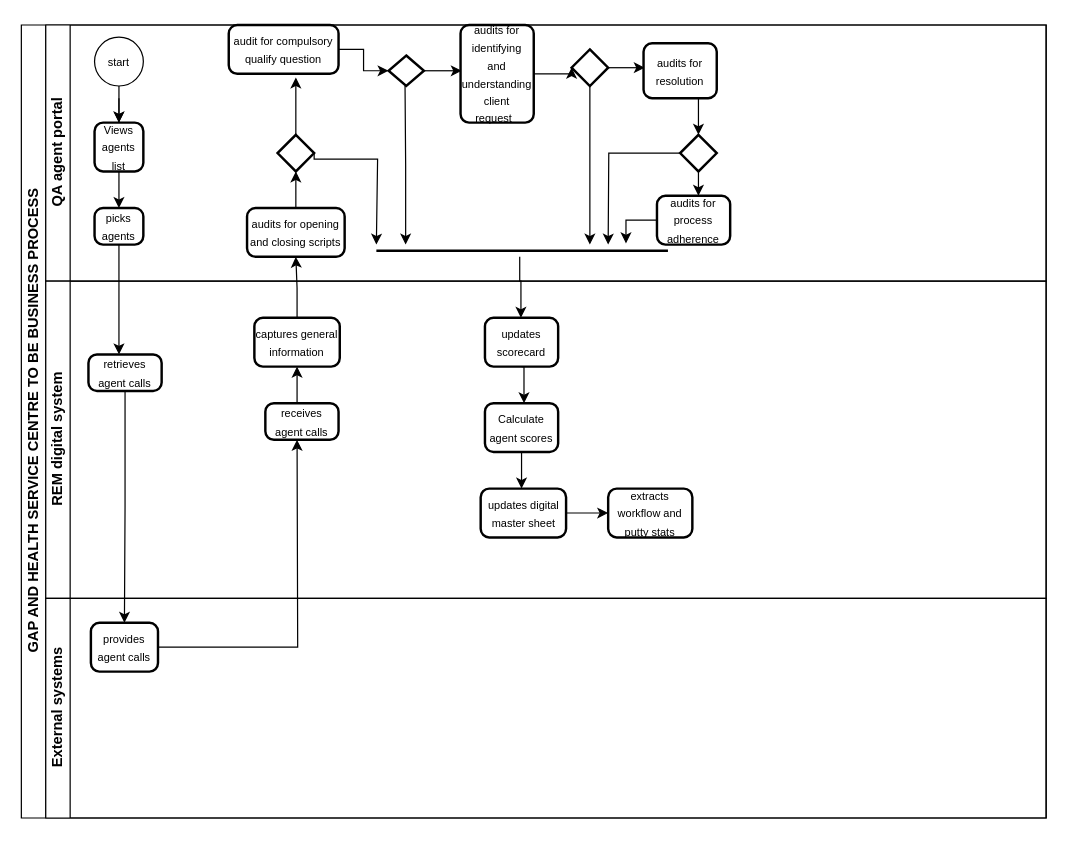
Before: Untitled Diagram.drawio in TJ-Kwetsane1993/Thato, a draw.io diagram. Source tidied: cells renumbered, new cells numbered last; positions are measured from the earlier drawing's top-left corner, leaving out a move shared by most shapes. Both pictures are drawn from the tidied source at 122%, with x=0, y=0 at pixel (21, 24).
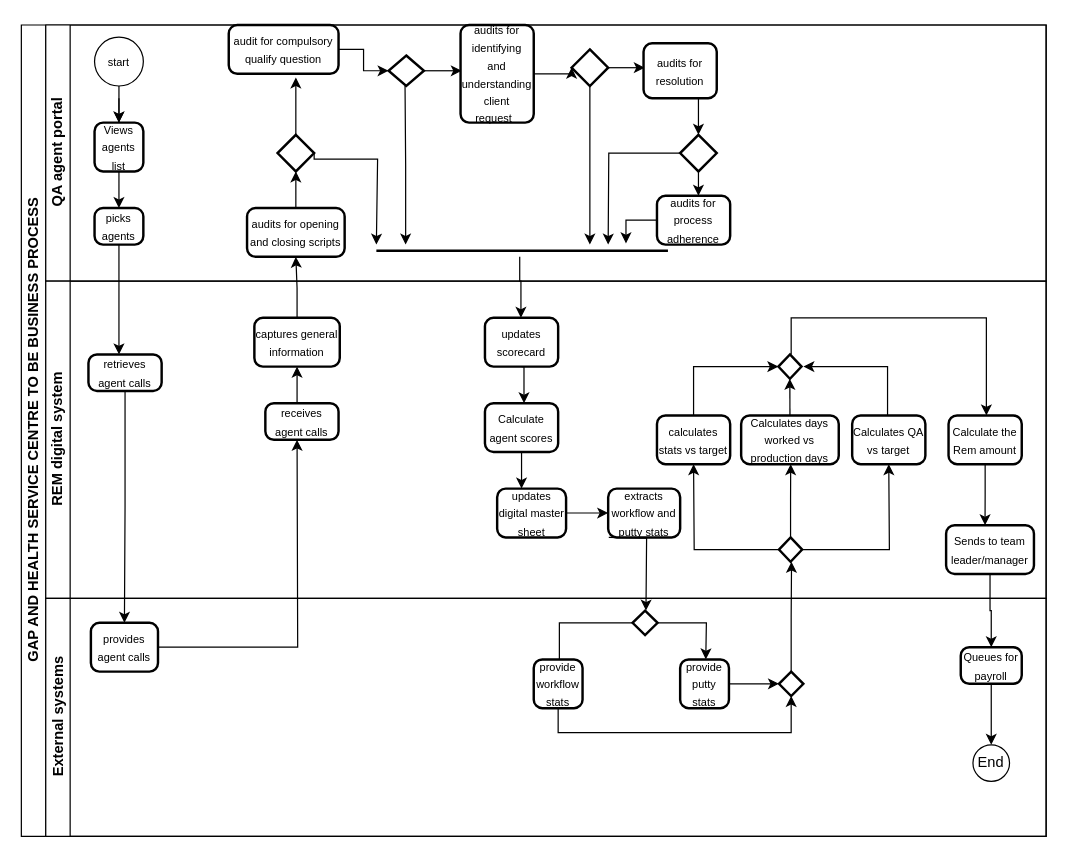
Above is the later version.

The change refers to these unchanged cells:
```xml
<mxCell id="35" value="REM digital system" style="swimlane;html=1;startSize=20;horizontal=0;" parent="2" vertex="1">
  <mxGeometry x="20" y="210" width="820" height="260" as="geometry" />
</mxCell>
```

Change to the diagram source:
```diff
@@
     <mxCell id="2" value="GAP AND HEALTH SERVICE CENTRE TO BE BUSINESS PROCESS" style="swimlane;html=1;horizontal=0;startSize=20;" parent="1" vertex="1">
-      <mxGeometry width="840" height="650" as="geometry" />
+      <mxGeometry width="840" height="665" as="geometry" />
     </mxCell>
@@
     <mxCell id="44" value="&lt;font style=&quot;font-size: 9px;&quot;&gt;updates digital master sheet&lt;/font&gt;" style="rounded=1;whiteSpace=wrap;html=1;absoluteArcSize=1;arcSize=14;strokeWidth=2;" parent="35" vertex="1">
-      <mxGeometry x="356.5" y="170" width="70" height="40" as="geometry" />
+      <mxGeometry x="370" y="170" width="56.5" height="40" as="geometry" />
     </mxCell>
     <mxCell id="45" value="&lt;font style=&quot;font-size: 9px;&quot;&gt;extracts workflow and putty stats&lt;/font&gt;" style="rounded=1;whiteSpace=wrap;html=1;absoluteArcSize=1;arcSize=14;strokeWidth=2;" parent="35" vertex="1">
-      <mxGeometry x="461" y="170" width="69" height="40" as="geometry" />
+      <mxGeometry x="461" y="170" width="59" height="40" as="geometry" />
     </mxCell>
+    <mxCell id="53" style="edgeStyle=orthogonalEdgeStyle;rounded=0;jettySize=auto;html=1;exitX=0;exitY=0.5;exitDx=0;exitDy=0;exitPerimeter=0;" parent="35" edge="1" source="56">
+      <mxGeometry relative="1" as="geometry">
+        <mxPoint x="531" y="150" as="targetPoint" />
+      </mxGeometry>
+    </mxCell>
+    <mxCell id="54" style="edgeStyle=orthogonalEdgeStyle;rounded=0;jettySize=auto;html=1;exitX=1;exitY=0.5;exitDx=0;exitDy=0;exitPerimeter=0;" parent="35" edge="1" source="56">
+      <mxGeometry relative="1" as="geometry">
+        <mxPoint x="691" y="150" as="targetPoint" />
+      </mxGeometry>
+    </mxCell>
+    <mxCell id="55" style="edgeStyle=orthogonalEdgeStyle;rounded=0;jettySize=auto;html=1;exitX=0.5;exitY=0;exitDx=0;exitDy=0;exitPerimeter=0;" parent="35" edge="1" source="56">
+      <mxGeometry relative="1" as="geometry">
+        <mxPoint x="610.6" y="150" as="targetPoint" />
+      </mxGeometry>
+    </mxCell>
+    <mxCell id="56" style="strokeWidth=2;html=1;shape=mxgraph.flowchart.decision;whiteSpace=wrap;" parent="35" vertex="1">
+      <mxGeometry x="601" y="210" width="19" height="20" as="geometry" />
+    </mxCell>
+    <mxCell id="57" value="&lt;font style=&quot;font-size: 9px;&quot;&gt;calculates stats vs target&lt;/font&gt;" style="rounded=1;whiteSpace=wrap;html=1;absoluteArcSize=1;arcSize=14;strokeWidth=2;" parent="35" vertex="1">
+      <mxGeometry x="501" y="110" width="60" height="40" as="geometry" />
+    </mxCell>
+    <mxCell id="58" style="edgeStyle=orthogonalEdgeStyle;rounded=0;jettySize=auto;html=1;exitX=0.5;exitY=0;exitDx=0;exitDy=0;" parent="35" edge="1" source="59">
+      <mxGeometry relative="1" as="geometry">
+        <mxPoint x="609.9" y="80" as="targetPoint" />
+      </mxGeometry>
+    </mxCell>
+    <mxCell id="59" value="&lt;font style=&quot;font-size: 9px;&quot;&gt;Calculates days worked vs production days&lt;/font&gt;" style="rounded=1;whiteSpace=wrap;html=1;absoluteArcSize=1;arcSize=14;strokeWidth=2;" parent="35" vertex="1">
+      <mxGeometry x="570" y="110" width="80" height="40" as="geometry" />
+    </mxCell>
+    <mxCell id="60" value="&lt;font style=&quot;font-size: 9px;&quot;&gt;Calculates QA vs target&lt;/font&gt;" style="rounded=1;whiteSpace=wrap;html=1;absoluteArcSize=1;arcSize=14;strokeWidth=2;" parent="35" vertex="1">
+      <mxGeometry x="661" y="110" width="60" height="40" as="geometry" />
+    </mxCell>
+    <mxCell id="61" style="strokeWidth=2;html=1;shape=mxgraph.flowchart.decision;whiteSpace=wrap;" parent="35" vertex="1">
+      <mxGeometry x="600.5" y="60" width="19" height="20" as="geometry" />
+    </mxCell>
+    <mxCell id="62" style="endArrow=classic;html=1;rounded=0;entryX=0;entryY=0.5;entryDx=0;entryDy=0;entryPerimeter=0;" parent="35" edge="1" target="61">
+      <mxGeometry relative="1" as="geometry">
+        <mxPoint x="531" y="110" as="sourcePoint" />
+        <Array as="points">
+          <mxPoint x="531" y="70" />
+        </Array>
+      </mxGeometry>
+    </mxCell>
+    <mxCell id="63" style="endArrow=classic;html=1;rounded=0;" parent="35" edge="1">
+      <mxGeometry relative="1" as="geometry">
+        <mxPoint x="690" y="110" as="sourcePoint" />
+        <mxPoint x="621" y="70" as="targetPoint" />
+        <Array as="points">
+          <mxPoint x="690" y="70" />
+        </Array>
+      </mxGeometry>
+    </mxCell>
+    <mxCell id="64" style="endArrow=classic;html=1;rounded=0;" parent="35" edge="1">
+      <mxGeometry relative="1" as="geometry">
+        <mxPoint x="611" y="60" as="sourcePoint" />
+        <mxPoint x="771" y="110" as="targetPoint" />
+        <Array as="points">
+          <mxPoint x="611" y="30" />
+          <mxPoint x="771" y="30" />
+        </Array>
+      </mxGeometry>
+    </mxCell>
+    <mxCell id="65" style="edgeStyle=orthogonalEdgeStyle;rounded=0;jettySize=auto;html=1;exitX=0.5;exitY=1;exitDx=0;exitDy=0;" parent="35" edge="1" source="66">
+      <mxGeometry relative="1" as="geometry">
+        <mxPoint x="769.9" y="200" as="targetPoint" />
+      </mxGeometry>
+    </mxCell>
+    <mxCell id="66" value="&lt;font style=&quot;font-size: 9px;&quot;&gt;Calculate the Rem amount&lt;/font&gt;" style="rounded=1;whiteSpace=wrap;html=1;absoluteArcSize=1;arcSize=14;strokeWidth=2;" parent="35" vertex="1">
+      <mxGeometry x="740" y="110" width="60" height="40" as="geometry" />
+    </mxCell>
+    <mxCell id="67" value="&lt;font style=&quot;font-size: 9px;&quot;&gt;Sends to team leader/manager&lt;/font&gt;" style="rounded=1;whiteSpace=wrap;html=1;absoluteArcSize=1;arcSize=14;strokeWidth=2;" parent="35" vertex="1">
+      <mxGeometry x="738" y="200" width="72" height="40" as="geometry" />
+    </mxCell>
     <mxCell id="46" value="External systems" style="swimlane;html=1;startSize=20;horizontal=0;" parent="2" vertex="1">
-      <mxGeometry x="20" y="470" width="820" height="180" as="geometry" />
+      <mxGeometry x="20" y="470" width="820" height="195" as="geometry" />
     </mxCell>
@@
+    <mxCell id="68" style="edgeStyle=orthogonalEdgeStyle;rounded=0;jettySize=auto;html=1;exitX=1;exitY=0.5;exitDx=0;exitDy=0;exitPerimeter=0;" parent="46" edge="1" source="69">
+      <mxGeometry relative="1" as="geometry">
+        <mxPoint x="541" y="50" as="targetPoint" />
+      </mxGeometry>
+    </mxCell>
+    <mxCell id="69" style="strokeWidth=2;html=1;shape=mxgraph.flowchart.decision;whiteSpace=wrap;" parent="46" vertex="1">
+      <mxGeometry x="481" y="10" width="20.5" height="20" as="geometry" />
+    </mxCell>
+    <mxCell id="70" style="edgeStyle=orthogonalEdgeStyle;rounded=0;jettySize=auto;html=1;exitX=0.5;exitY=1;exitDx=0;exitDy=0;entryX=0.5;entryY=1;entryDx=0;entryDy=0;entryPerimeter=0;" parent="46" edge="1" source="71" target="76">
+      <mxGeometry relative="1" as="geometry">
+        <Array as="points">
+          <mxPoint x="420" y="110" />
+          <mxPoint x="611" y="110" />
+        </Array>
+      </mxGeometry>
+    </mxCell>
+    <mxCell id="71" value="&lt;font style=&quot;font-size: 9px;&quot;&gt;provide workflow stats&lt;/font&gt;" style="rounded=1;whiteSpace=wrap;html=1;absoluteArcSize=1;arcSize=14;strokeWidth=2;" parent="46" vertex="1">
+      <mxGeometry x="400" y="50" width="40" height="40" as="geometry" />
+    </mxCell>
+    <mxCell id="72" style="shape=partialRectangle;whiteSpace=wrap;html=1;bottom=0;right=0;fillColor=none;" parent="46" vertex="1">
+      <mxGeometry x="421" y="20" width="59" height="30" as="geometry" />
+    </mxCell>
+    <mxCell id="73" style="edgeStyle=orthogonalEdgeStyle;rounded=0;jettySize=auto;html=1;exitX=1;exitY=0.5;exitDx=0;exitDy=0;entryX=0;entryY=0.5;entryDx=0;entryDy=0;entryPerimeter=0;" parent="46" edge="1" source="74" target="76">
+      <mxGeometry relative="1" as="geometry" />
+    </mxCell>
+    <mxCell id="74" value="&lt;font style=&quot;font-size: 9px;&quot;&gt;provide putty stats&lt;/font&gt;" style="rounded=1;whiteSpace=wrap;html=1;absoluteArcSize=1;arcSize=14;strokeWidth=2;" parent="46" vertex="1">
+      <mxGeometry x="520" y="50" width="40" height="40" as="geometry" />
+    </mxCell>
+    <mxCell id="75" style="edgeStyle=orthogonalEdgeStyle;rounded=0;jettySize=auto;html=1;exitX=0.5;exitY=0;exitDx=0;exitDy=0;exitPerimeter=0;" parent="46" edge="1" source="76">
+      <mxGeometry relative="1" as="geometry">
+        <mxPoint x="611.3" y="-30" as="targetPoint" />
+      </mxGeometry>
+    </mxCell>
+    <mxCell id="76" style="strokeWidth=2;html=1;shape=mxgraph.flowchart.decision;whiteSpace=wrap;" parent="46" vertex="1">
+      <mxGeometry x="601" y="60" width="20" height="20" as="geometry" />
+    </mxCell>
+    <mxCell id="77" style="edgeStyle=orthogonalEdgeStyle;rounded=0;jettySize=auto;html=1;exitX=0.5;exitY=1;exitDx=0;exitDy=0;" parent="46" edge="1" source="78">
+      <mxGeometry relative="1" as="geometry">
+        <mxPoint x="775" y="120" as="targetPoint" />
+      </mxGeometry>
+    </mxCell>
+    <mxCell id="78" value="&lt;font style=&quot;font-size: 9px;&quot;&gt;Queues for payroll&lt;/font&gt;" style="rounded=1;whiteSpace=wrap;html=1;absoluteArcSize=1;arcSize=14;strokeWidth=2;" parent="46" vertex="1">
+      <mxGeometry x="750" y="40" width="50" height="30" as="geometry" />
+    </mxCell>
+    <mxCell id="79" value="End" style="ellipse;whiteSpace=wrap;html=1;" parent="46" vertex="1">
+      <mxGeometry x="760" y="120" width="30" height="30" as="geometry" />
+    </mxCell>
@@
+    <mxCell id="80" style="edgeStyle=orthogonalEdgeStyle;rounded=0;jettySize=auto;html=1;exitX=0.5;exitY=1;exitDx=0;exitDy=0;" parent="2" edge="1" source="67" target="78">
+      <mxGeometry relative="1" as="geometry" />
+    </mxCell>
@@
+    <mxCell id="81" style="edgeStyle=orthogonalEdgeStyle;rounded=0;orthogonalLoop=1;jettySize=auto;html=1;exitX=0.5;exitY=1;exitDx=0;exitDy=0;" parent="1" edge="1">
+      <mxGeometry relative="1" as="geometry">
+        <mxPoint x="481.5" y="420" as="sourcePoint" />
+        <mxPoint x="512" y="480" as="targetPoint" />
+      </mxGeometry>
+    </mxCell>
```
